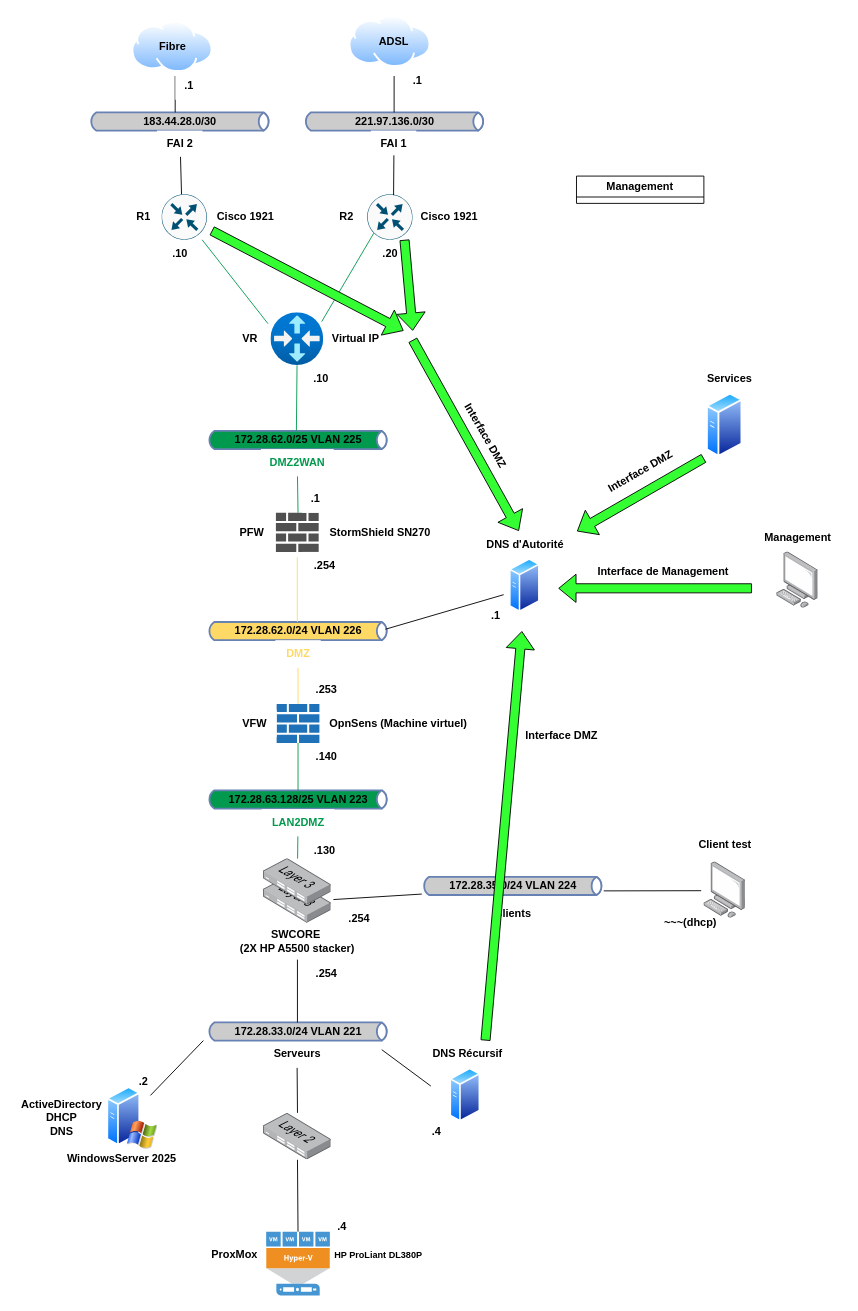
Before: docs/DNS/Ressources/shema_reseaux_DNS.drawio in Sym-0ne/sport-ludique-Chartres, a draw.io diagram. Source tidied: cells renumbered, new cells numbered last; positions are measured from the earlier drawing's top-left corner, leaving out a move shared by most shapes. Both pictures are drawn from the tidied source at 91%, with x=0, y=0 at pixel (15, 15).
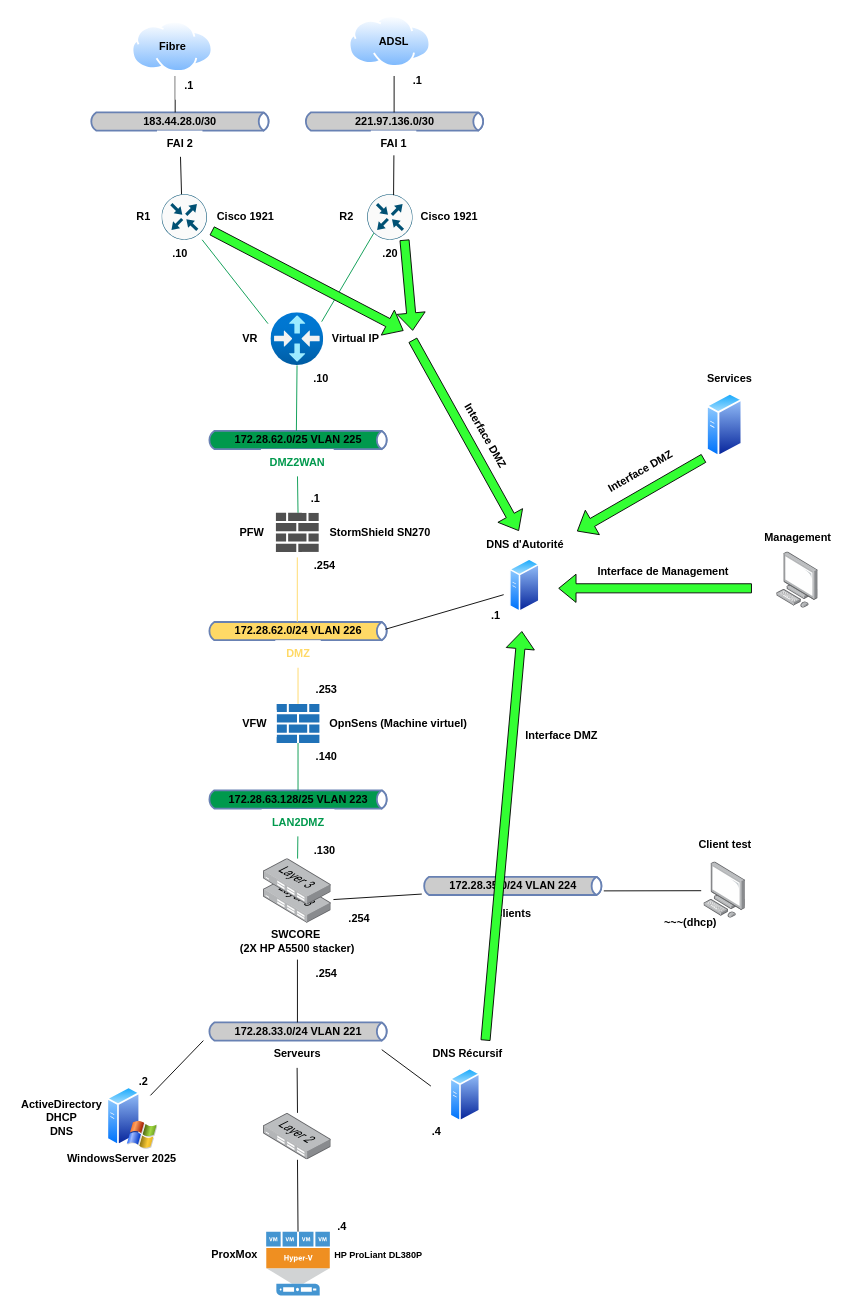
The same page after the edit.

Commit message:
modif shcema dns

Diff of the diagram source:
```diff
@@
-    <mxCell id="77" value="&lt;div&gt;Management&lt;/div&gt;" style="swimlane;whiteSpace=wrap;html=1;fontStyle=1;" parent="1" vertex="1" collapsed="1">
-      <mxGeometry x="616" y="176" width="140" height="30" as="geometry" />
-    </mxCell>
```
